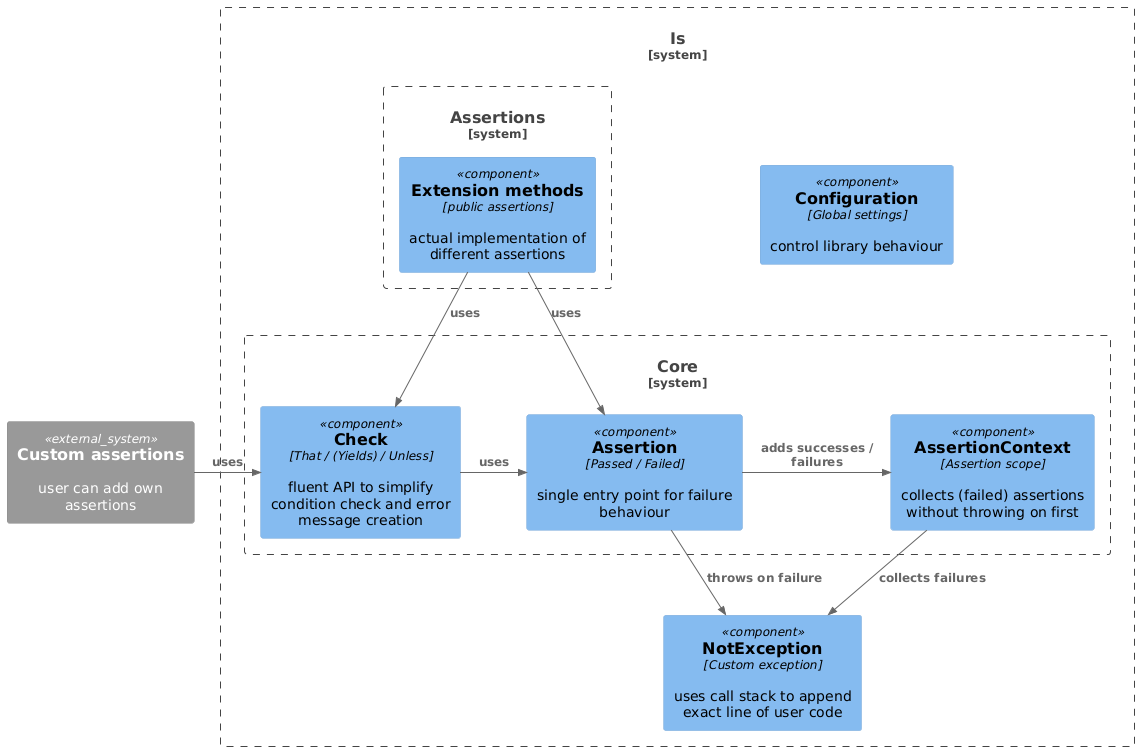
Above: Docs/Architecture.png in chrismo80/Is (PlantUML), before the change.
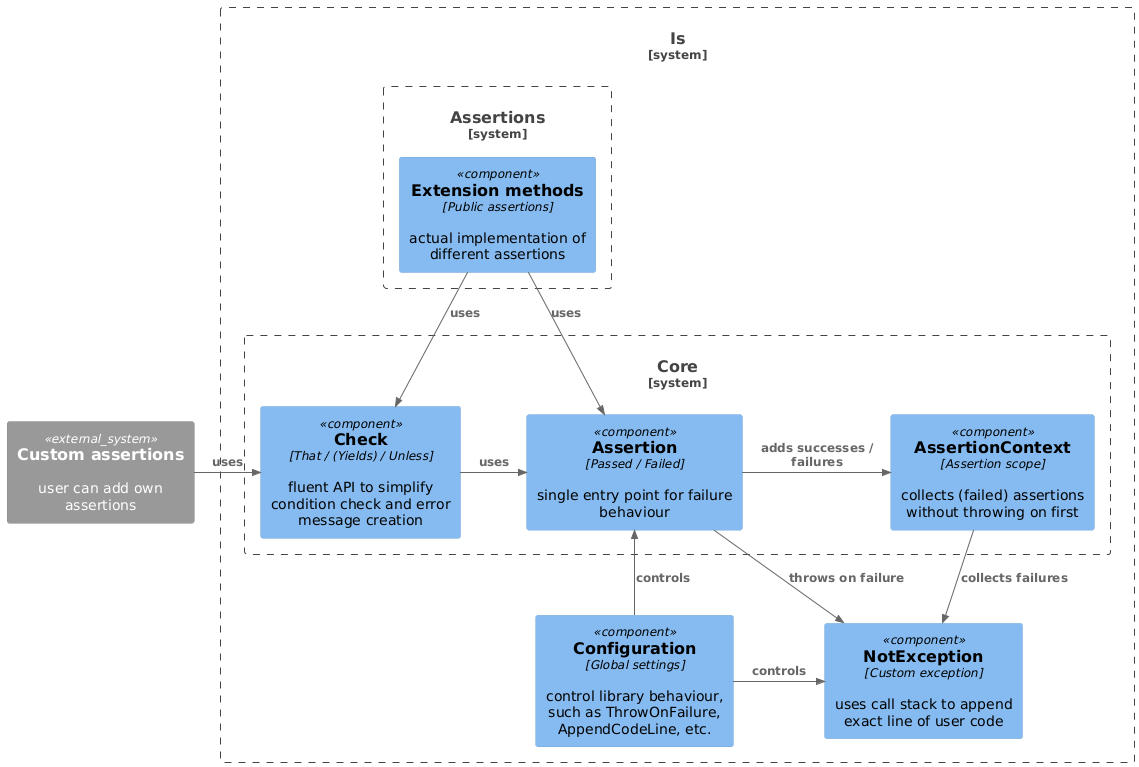
The same file after the commit.

Change to the diagram source:
```diff
@@ -8,10 +8,10 @@
 
 System_Boundary(Is, "Is") {
     Component(ex, "NotException", "Custom exception", "uses call stack to append exact line of user code")
-    Component(conf, "Configuration", "Global settings", "control library behaviour")
+    Component(conf, "Configuration", "Global settings", "control library behaviour, such as ThrowOnFailure, AppendCodeLine, etc.")
 
     System_Boundary(Assertions, "Assertions") {
-        Component(ext, "Extension methods", "public assertions", "actual implementation of different assertions")
+        Component(ext, "Extension methods", "Public assertions", "actual implementation of different assertions")
         }
 
     System_Boundary(Core, "Core") {
@@ -31,4 +31,7 @@
 
 Rel_R(check, ass, "uses")
 Rel_R(ass, ctx, "adds successes / failures")
+
+Rel_U(conf, ass, "controls")
+Rel_R(conf, ex, "controls")
 @enduml
```
